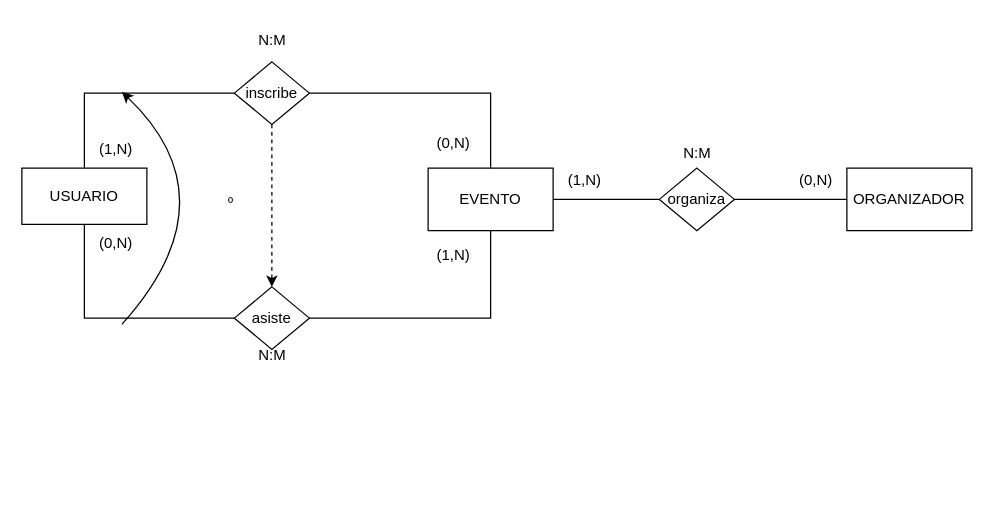
Above: BDD/E-R.drawio in AlvaroDaw2024/ProyectoPracticaDaW (draw.io), before the change. Source tidied: cells renumbered, new cells numbered last; positions are measured from the earlier drawing's top-left corner, leaving out a move shared by most shapes. Both pictures are drawn from the tidied source at 125%, with x=0, y=0 at pixel (21, 21).
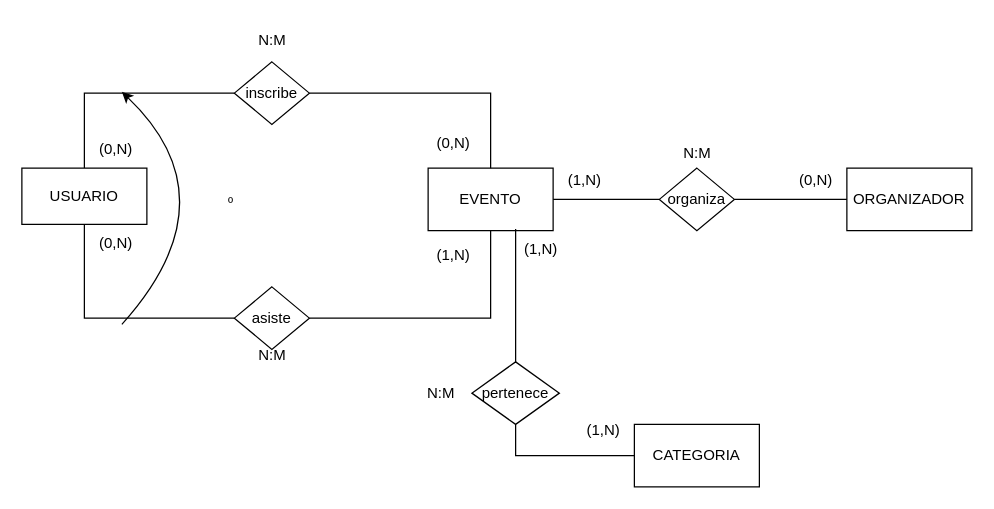
After the change.

The change refers to these unchanged cells:
```xml
<mxCell id="4" value="EVENTO" style="html=1;dashed=0;whiteSpace=wrap;" parent="1" vertex="1">
  <mxGeometry x="325" y="117" width="100" height="50" as="geometry" />
</mxCell>
<mxCell id="8" value="inscribe" style="shape=rhombus;html=1;dashed=0;whiteSpace=wrap;perimeter=rhombusPerimeter;" parent="1" vertex="1">
  <mxGeometry x="170" y="32" width="60" height="50" as="geometry" />
</mxCell>
<mxCell id="14" value="asiste" style="shape=rhombus;html=1;dashed=0;whiteSpace=wrap;perimeter=rhombusPerimeter;" parent="1" vertex="1">
  <mxGeometry x="170" y="212" width="60" height="50" as="geometry" />
</mxCell>
```

The edit, as a diff of the source:
```diff
@@
-    <mxCell id="7" style="rounded=0;jettySize=auto;html=1;entryX=0.5;entryY=0;entryDx=0;entryDy=0;strokeColor=default;elbow=vertical;dashed=1;" parent="1" edge="1" source="8" target="14">
-      <mxGeometry relative="1" as="geometry" />
-    </mxCell>
@@
-    <mxCell id="19" value="(1,N)" style="text;html=1;align=center;verticalAlign=middle;strokeColor=none;fillColor=none;" parent="1" vertex="1">
+    <mxCell id="19" value="(0,N)" style="text;html=1;align=center;verticalAlign=middle;strokeColor=none;fillColor=none;" parent="1" vertex="1">
       <mxGeometry x="50" y="87" width="50" height="30" as="geometry" />
     </mxCell>
@@
+    <mxCell id="25" style="edgeStyle=orthogonalEdgeStyle;rounded=0;jettySize=auto;html=1;entryX=0.5;entryY=1;entryDx=0;entryDy=0;endArrow=none;startFill=0;" parent="1" edge="1" source="26" target="27">
+      <mxGeometry relative="1" as="geometry" />
+    </mxCell>
+    <mxCell id="26" value="CATEGORIA" style="html=1;dashed=0;whiteSpace=wrap;" parent="1" vertex="1">
+      <mxGeometry x="490" y="322" width="100" height="50" as="geometry" />
+    </mxCell>
+    <mxCell id="27" value="pertenece" style="shape=rhombus;html=1;dashed=0;whiteSpace=wrap;perimeter=rhombusPerimeter;" parent="1" vertex="1">
+      <mxGeometry x="360" y="272" width="70" height="50" as="geometry" />
+    </mxCell>
+    <mxCell id="28" style="edgeStyle=orthogonalEdgeStyle;rounded=0;jettySize=auto;html=1;entryX=0.7;entryY=0.975;entryDx=0;entryDy=0;entryPerimeter=0;endArrow=none;startFill=0;" parent="1" edge="1" source="27" target="4">
+      <mxGeometry relative="1" as="geometry" />
+    </mxCell>
+    <mxCell id="29" value="(1,N)" style="text;html=1;align=center;verticalAlign=middle;strokeColor=none;fillColor=none;" parent="1" vertex="1">
+      <mxGeometry x="440" y="312" width="50" height="30" as="geometry" />
+    </mxCell>
+    <mxCell id="30" value="(1,N)" style="text;html=1;align=center;verticalAlign=middle;strokeColor=none;fillColor=none;" parent="1" vertex="1">
+      <mxGeometry x="390" y="167" width="50" height="30" as="geometry" />
+    </mxCell>
+    <mxCell id="31" value="N:M" style="text;html=1;align=center;verticalAlign=middle;strokeColor=none;fillColor=none;" parent="1" vertex="1">
+      <mxGeometry x="310" y="282" width="50" height="30" as="geometry" />
+    </mxCell>
```
